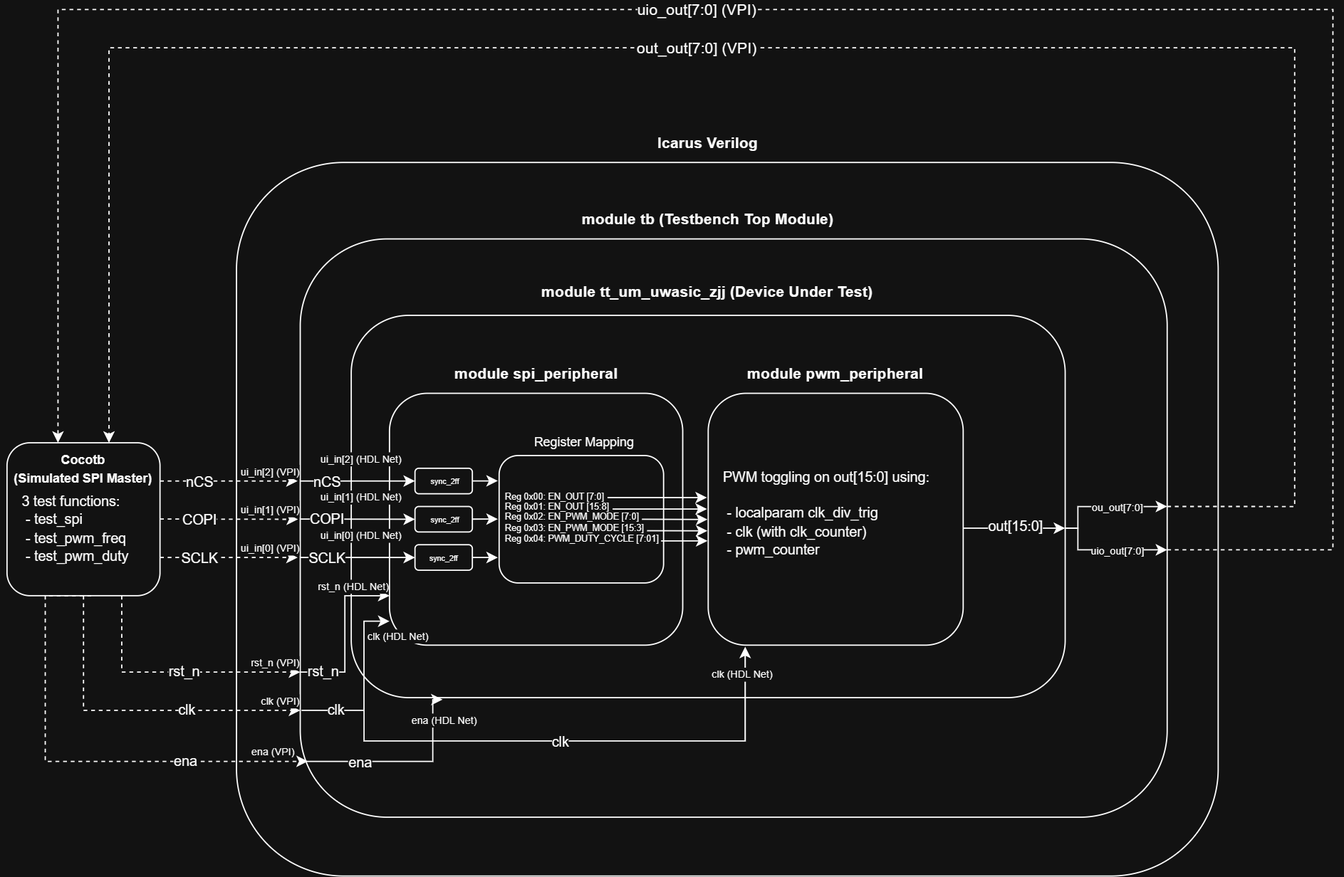
Earlier version of the draw.io export docs/images/architecture.png (Entropify/spi-pwm-controller-uwasic). Source tidied: cells renumbered, new cells last; positions are measured from the earlier drawing's top-left corner, leaving out a move shared by most shapes.
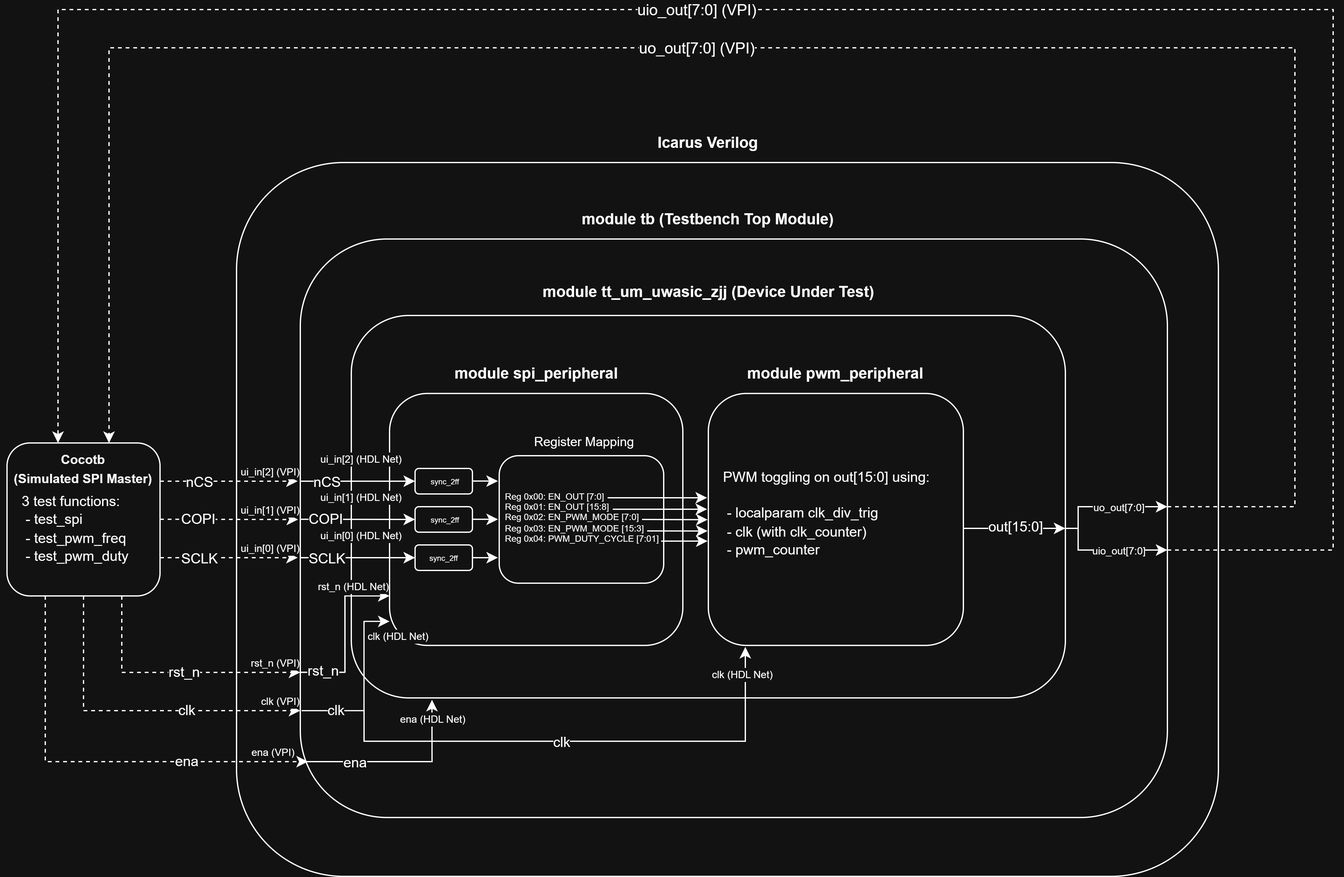
After the commit.

Diff of the diagram source:
```diff
@@ -257,11 +257,11 @@
         <mxPoint x="-10" as="offset" />
       </mxGeometry>
     </mxCell>
-    <mxCell id="57" style="endArrow=classic;html=1;rounded=0;edgeStyle=orthogonalEdgeStyle;exitX=0.002;exitY=0.762;exitDx=0;exitDy=0;exitPerimeter=0;entryX=0.128;entryY=1.005;entryDx=0;entryDy=0;entryPerimeter=0;" parent="1" edge="1" target="7">
+    <mxCell id="57" style="endArrow=classic;html=1;rounded=0;edgeStyle=orthogonalEdgeStyle;exitX=0.002;exitY=0.762;exitDx=0;exitDy=0;exitPerimeter=0;entryX=0.113;entryY=1.005;entryDx=0;entryDy=0;entryPerimeter=0;" parent="1" edge="1" target="7">
       <mxGeometry relative="1" as="geometry">
         <mxPoint x="240" y="590" as="sourcePoint" />
         <Array as="points">
-          <mxPoint x="339" y="590" />
+          <mxPoint x="338" y="590" />
         </Array>
       </mxGeometry>
     </mxCell>
@@ -371,7 +371,7 @@
         </Array>
       </mxGeometry>
     </mxCell>
-    <mxCell id="76" value="&lt;span style=&quot;font-size: 8px;&quot;&gt;ou_out[7:0]&lt;/span&gt;" style="edgeLabel;html=1;align=center;verticalAlign=middle;" parent="75" vertex="1">
+    <mxCell id="76" value="&lt;span style=&quot;font-size: 8px;&quot;&gt;uo_out[7:0]&lt;/span&gt;" style="edgeLabel;html=1;align=center;verticalAlign=middle;" parent="75" vertex="1">
       <mxGeometry relative="1" as="geometry">
         <mxPoint x="9" y="-1" as="offset" />
       </mxGeometry>
@@ -404,7 +404,7 @@
         </Array>
       </mxGeometry>
     </mxCell>
-    <mxCell id="80" value="&lt;span style=&quot;font-size: 12px;&quot;&gt;out_out[7:0] (VPI)&lt;/span&gt;" style="edgeLabel;html=1;align=center;verticalAlign=middle;" parent="79" vertex="1">
+    <mxCell id="80" value="&lt;span style=&quot;font-size: 12px;&quot;&gt;uo_out[7:0] (VPI)&lt;/span&gt;" style="edgeLabel;html=1;align=center;verticalAlign=middle;" parent="79" vertex="1">
       <mxGeometry relative="1" as="geometry">
         <mxPoint x="-80" as="offset" />
       </mxGeometry>
```
